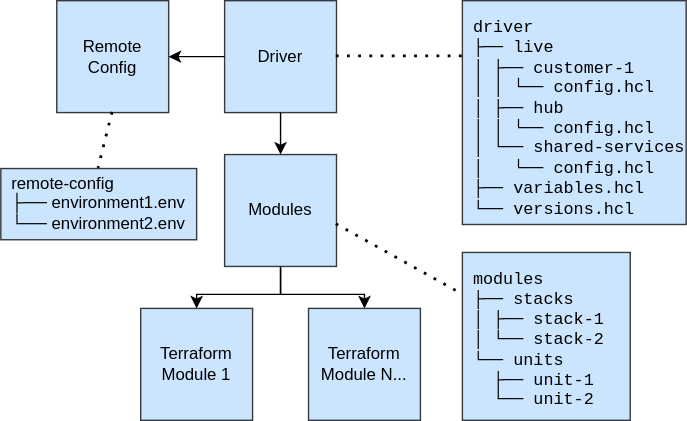
Before: assets/new_repo_structure.drawio.svg, a diagram exported from draw.io (Steve-CrateDefense/git-workflow-presentation). Source tidied: cells renumbered, new cells last; positions are measured from the earlier drawing's top-left corner, leaving out a move shared by most shapes.
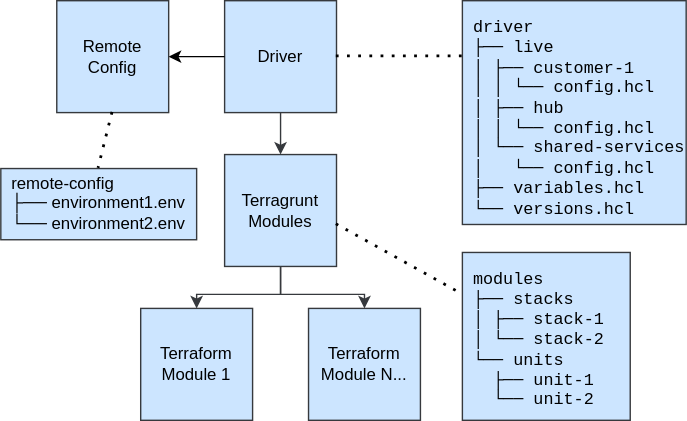
The same file after the commit.

What changed in the source:
```diff
@@ -5,15 +5,15 @@
     <mxCell id="2" value="Driver" style="whiteSpace=wrap;html=1;fillColor=#cce5ff;strokeColor=#36393d;" parent="1" vertex="1">
       <mxGeometry x="160" width="80" height="80" as="geometry" />
     </mxCell>
-    <mxCell id="3" style="edgeStyle=orthogonalEdgeStyle;rounded=0;jettySize=auto;html=1;exitX=0.5;exitY=1;exitDx=0;exitDy=0;entryX=0.5;entryY=0;entryDx=0;entryDy=0;fillColor=#cce5ff;strokeColor=#36393d;" parent="1" edge="1" source="5" target="6">
-      <mxGeometry relative="1" as="geometry" />
-    </mxCell>
-    <mxCell id="4" style="edgeStyle=orthogonalEdgeStyle;rounded=0;jettySize=auto;html=1;exitX=0.5;exitY=1;exitDx=0;exitDy=0;entryX=0.5;entryY=0;entryDx=0;entryDy=0;fillColor=#cce5ff;strokeColor=#36393d;" parent="1" edge="1" source="5" target="7">
-      <mxGeometry relative="1" as="geometry" />
-    </mxCell>
-    <mxCell id="5" value="Modules" style="whiteSpace=wrap;html=1;fillColor=#cce5ff;strokeColor=#36393d;" parent="1" vertex="1">
-      <mxGeometry x="160" y="110" width="80" height="80" as="geometry" />
-    </mxCell>
+    <mxCell id="17" style="edgeStyle=orthogonalEdgeStyle;rounded=0;jettySize=auto;html=1;exitX=0.5;exitY=1;exitDx=0;exitDy=0;entryX=0.5;entryY=0;entryDx=0;entryDy=0;fillColor=#cce5ff;strokeColor=#36393d;" parent="1" edge="1" source="19" target="6">
+      <mxGeometry relative="1" as="geometry" />
+    </mxCell>
+    <mxCell id="18" style="edgeStyle=orthogonalEdgeStyle;rounded=0;jettySize=auto;html=1;exitX=0.5;exitY=1;exitDx=0;exitDy=0;entryX=0.5;entryY=0;entryDx=0;entryDy=0;fillColor=#cce5ff;strokeColor=#36393d;" parent="1" edge="1" source="19" target="7">
+      <mxGeometry relative="1" as="geometry" />
+    </mxCell>
+    <mxCell id="19" value="Terragrunt Modules" style="whiteSpace=wrap;html=1;fillColor=#cce5ff;strokeColor=#36393d;" parent="1" vertex="1">
+      <mxGeometry x="160" y="110" width="80" height="80" as="geometry" />
+    </mxCell>
     <mxCell id="6" value="Terraform Module 1" style="whiteSpace=wrap;html=1;fillColor=#cce5ff;strokeColor=#36393d;" parent="1" vertex="1">
       <mxGeometry x="100" y="220" width="80" height="80" as="geometry" />
     </mxCell>
@@ -26,36 +26,36 @@
     <mxCell id="9" value="modules&lt;br&gt;├── stacks&lt;br&gt;│   ├── stack-1&lt;br&gt;│   └── stack-2&lt;br&gt;└── units&lt;br&gt;&amp;nbsp; ├── unit-1&lt;br&gt;&amp;nbsp; └── unit-2" style="text;html=1;whiteSpace=pre;fontFamily=Courier New;fontSize=12;align=left;verticalAlign=top;fillColor=#cce5ff;strokeColor=#36393d;rounded=0;spacing=8;" parent="1" vertex="1">
       <mxGeometry x="330" y="180" width="120" height="120" as="geometry" />
     </mxCell>
-    <mxCell id="10" style="endArrow=classic;html=1;rounded=0;entryX=0.5;entryY=0;entryDx=0;entryDy=0;fillColor=#cce5ff;strokeColor=#36393d;" parent="1" edge="1" target="5">
-      <mxGeometry relative="1" as="geometry">
-        <mxPoint x="200" y="80" as="sourcePoint" />
-      </mxGeometry>
-    </mxCell>
+    <mxCell id="20" style="endArrow=classic;html=1;rounded=0;entryX=0.5;entryY=0;entryDx=0;entryDy=0;fillColor=#cce5ff;strokeColor=#36393d;" parent="1" edge="1" target="19">
+      <mxGeometry relative="1" as="geometry">
+        <mxPoint x="200" y="80" as="sourcePoint" />
+      </mxGeometry>
+    </mxCell>
     <mxCell id="11" value="Remote Config" style="whiteSpace=wrap;html=1;fillColor=#cce5ff;strokeColor=#36393d;" parent="1" vertex="1">
       <mxGeometry x="40" width="80" height="80" as="geometry" />
     </mxCell>
-    <mxCell id="12" style="endArrow=classic;html=1;rounded=0;entryX=1;entryY=0.5;entryDx=0;entryDy=0;" parent="1" edge="1" target="11">
-      <mxGeometry relative="1" as="geometry">
-        <mxPoint x="160" y="40" as="sourcePoint" />
-      </mxGeometry>
-    </mxCell>
-    <mxCell id="13" style="endArrow=none;dashed=1;html=1;dashPattern=1 3;strokeWidth=2;rounded=0;entryX=0;entryY=0.25;entryDx=0;entryDy=0;" parent="1" edge="1" target="8">
-      <mxGeometry relative="1" as="geometry">
-        <mxPoint x="240" y="40" as="sourcePoint" />
-      </mxGeometry>
-    </mxCell>
-    <mxCell id="14" style="endArrow=none;dashed=1;html=1;dashPattern=1 3;strokeWidth=2;rounded=0;entryX=0;entryY=0.25;entryDx=0;entryDy=0;" parent="1" edge="1" target="9">
-      <mxGeometry relative="1" as="geometry">
-        <mxPoint x="240" y="160" as="sourcePoint" />
-      </mxGeometry>
-    </mxCell>
+    <mxCell id="21" style="endArrow=classic;html=1;rounded=0;entryX=1;entryY=0.5;entryDx=0;entryDy=0;" parent="1" edge="1" target="11">
+      <mxGeometry relative="1" as="geometry">
+        <mxPoint x="160" y="40" as="sourcePoint" />
+      </mxGeometry>
+    </mxCell>
+    <mxCell id="22" style="endArrow=none;dashed=1;html=1;dashPattern=1 3;strokeWidth=2;rounded=0;entryX=0;entryY=0.25;entryDx=0;entryDy=0;" parent="1" edge="1" target="8">
+      <mxGeometry relative="1" as="geometry">
+        <mxPoint x="240" y="40" as="sourcePoint" />
+      </mxGeometry>
+    </mxCell>
+    <mxCell id="23" style="endArrow=none;dashed=1;html=1;dashPattern=1 3;strokeWidth=2;rounded=0;entryX=0;entryY=0.25;entryDx=0;entryDy=0;" parent="1" edge="1" target="9">
+      <mxGeometry relative="1" as="geometry">
+        <mxPoint x="240" y="160" as="sourcePoint" />
+      </mxGeometry>
+    </mxCell>
     <mxCell id="15" value="&lt;div align=&quot;left&quot;&gt;remote-config&lt;/div&gt;&lt;div&gt;├── environment1.env&lt;/div&gt;└── environment2.env" style="whiteSpace=wrap;html=1;fillColor=#cce5ff;strokeColor=#36393d;" parent="1" vertex="1">
       <mxGeometry y="120" width="140" height="50.9" as="geometry" />
     </mxCell>
-    <mxCell id="16" style="endArrow=none;dashed=1;html=1;dashPattern=1 3;strokeWidth=2;rounded=0;entryX=0.5;entryY=0;entryDx=0;entryDy=0;" parent="1" edge="1" target="15">
-      <mxGeometry relative="1" as="geometry">
-        <mxPoint x="80" y="80" as="sourcePoint" />
-      </mxGeometry>
-    </mxCell>
+    <mxCell id="24" style="endArrow=none;dashed=1;html=1;dashPattern=1 3;strokeWidth=2;rounded=0;entryX=0.5;entryY=0;entryDx=0;entryDy=0;" parent="1" edge="1" target="15">
+      <mxGeometry relative="1" as="geometry">
+        <mxPoint x="80" y="80" as="sourcePoint" />
+      </mxGeometry>
+    </mxCell>
   </root>
 </mxGraphModel>
```
